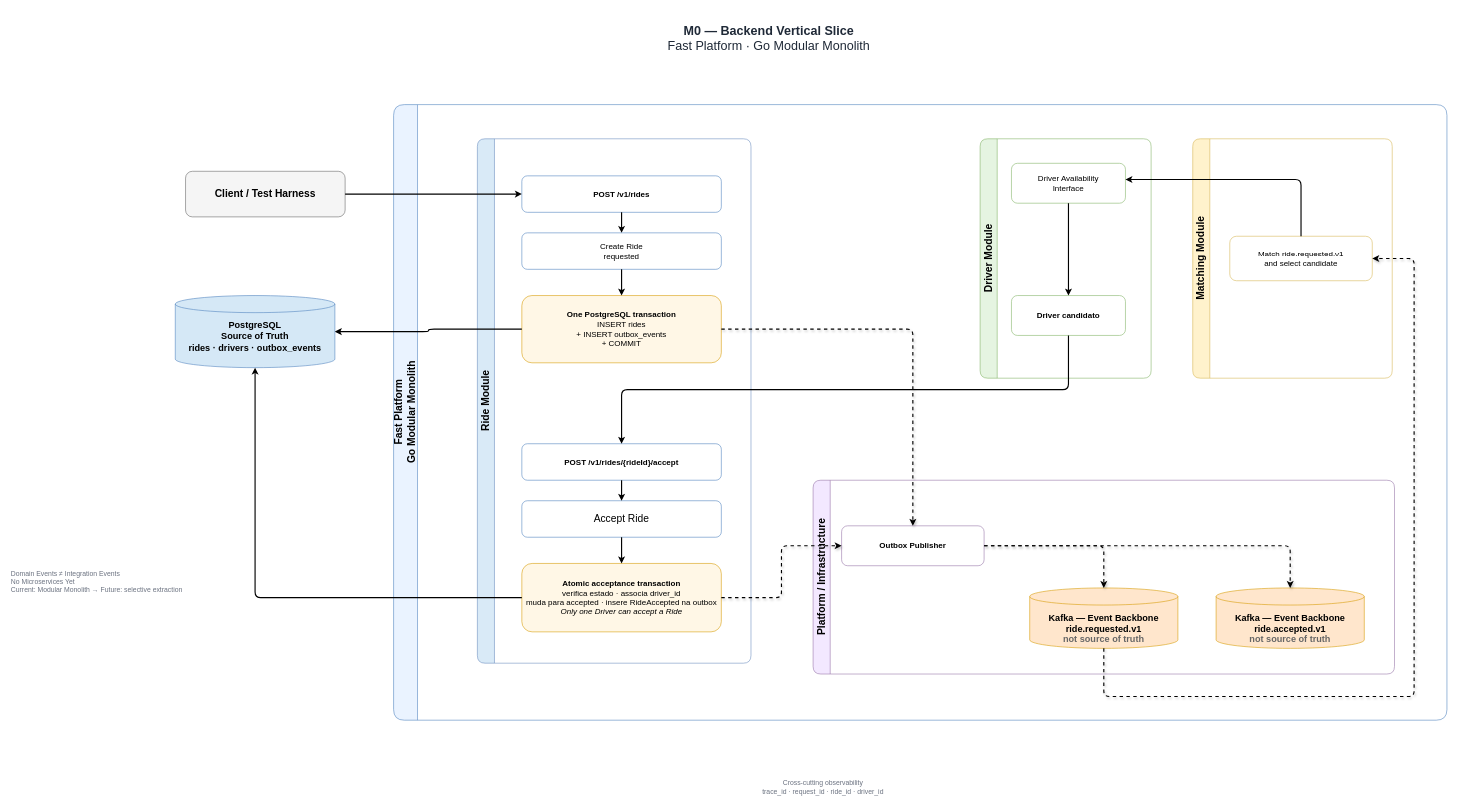
The draw.io diagram page "M0 — First Vertical Slice" (2 of 4) of fast.drawio in guilhermelinosp/fast-drawio, before the edit. Source tidied: cells renumbered, new cells numbered last; positions are measured from the earlier drawing's top-left corner, leaving out a move shared by most shapes. Both pictures are drawn from the tidied source at 57%, with x=0, y=0 at pixel (10, 10).
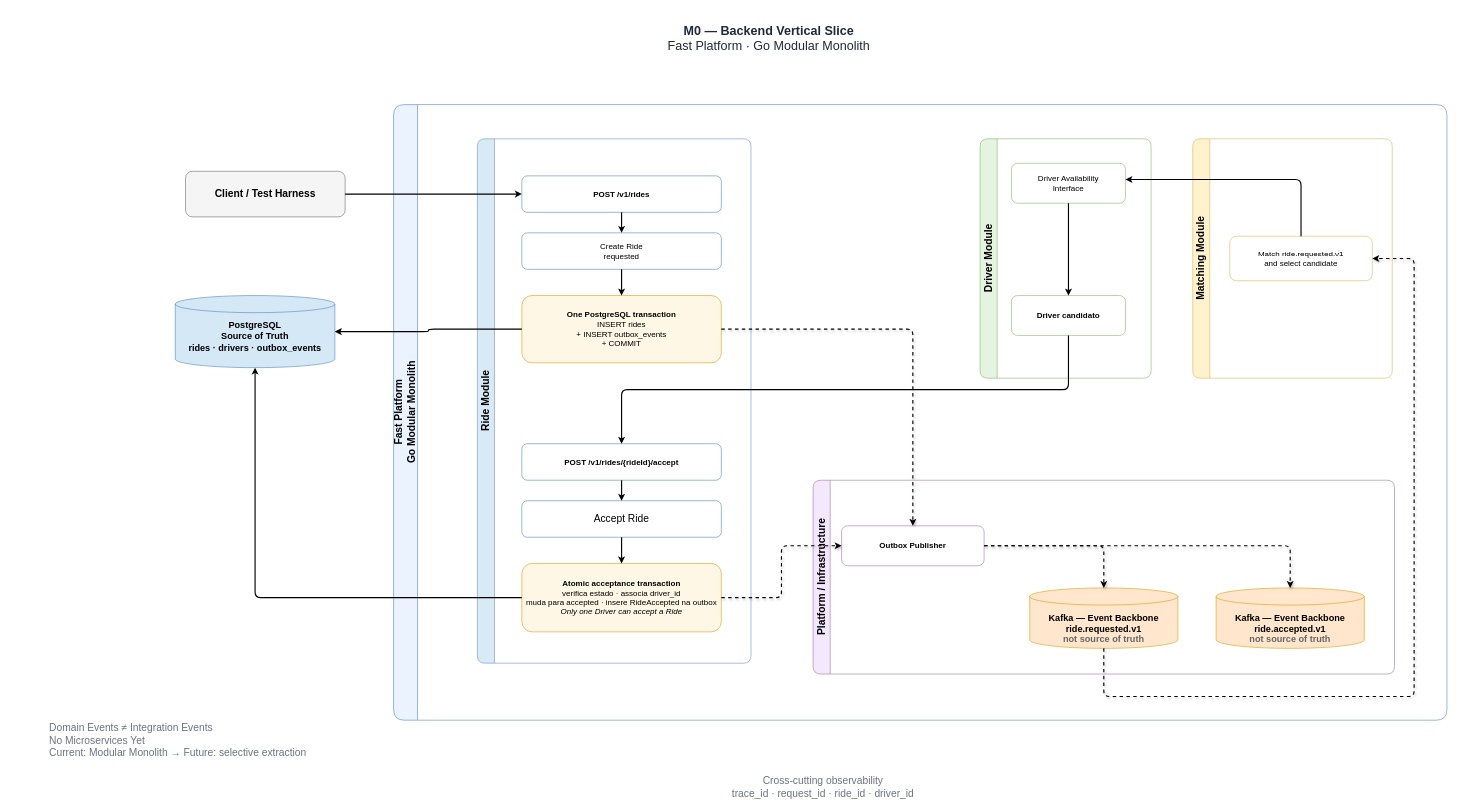
After the change.

The edit, as a diff of the source:
```diff
@@
-    <mxCell id="23" value="Cross-cutting observability&lt;br&gt;trace_id · request_id · ride_id · driver_id" style="text;html=1;align=center;verticalAlign=middle;fontColor=#6b7280;fontSize=12;" parent="1" vertex="1">
+    <mxCell id="23" value="&lt;font style=&quot;font-size: 18px;&quot;&gt;Cross-cutting observability&lt;br&gt;trace_id · request_id · ride_id · driver_id&lt;/font&gt;" style="text;html=1;align=center;verticalAlign=middle;fontColor=#6b7280;fontSize=12;" parent="1" vertex="1">
       <mxGeometry x="986" y="1341" width="880" height="45" as="geometry" />
     </mxCell>
-    <mxCell id="24" value="Domain Events ≠ Integration Events&lt;br&gt;No Microservices Yet&lt;br&gt;Current: Modular Monolith → Future: selective extraction" style="text;html=1;align=left;verticalAlign=middle;fontColor=#6b7280;fontSize=12;" parent="1" vertex="1">
-      <mxGeometry y="953" width="290" height="100" as="geometry" />
+    <mxCell id="24" value="&lt;font style=&quot;font-size: 18px;&quot;&gt;Domain Events ≠ Integration Events&lt;br&gt;No Microservices Yet&lt;br&gt;Current: Modular Monolith → Future: selective extraction&lt;/font&gt;" style="text;html=1;align=left;verticalAlign=middle;fontColor=#6b7280;fontSize=12;" parent="1" vertex="1">
+      <mxGeometry x="67" y="1232" width="290" height="100" as="geometry" />
     </mxCell>
```
